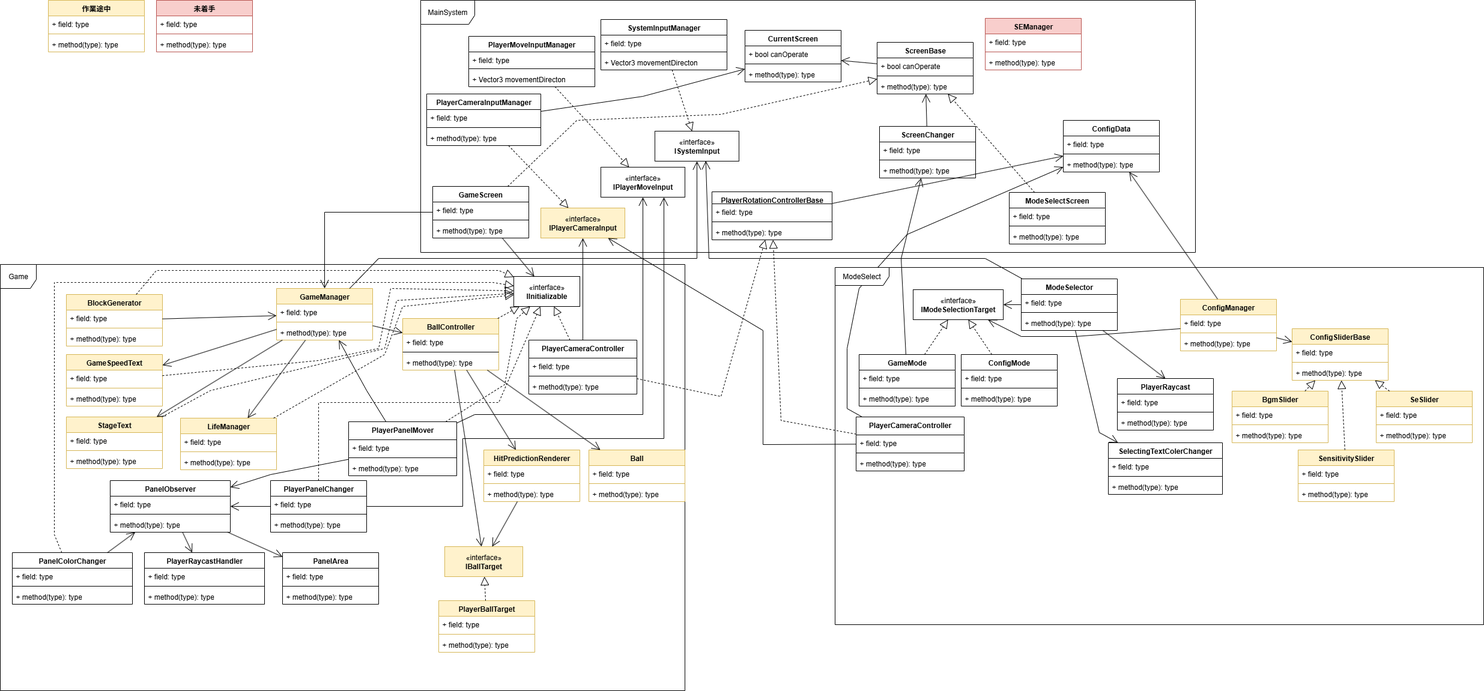
Before: BreakOut.drawio.png, a diagram exported from draw.io (UzukiAlto/3DBreakout). Source tidied: cells renumbered, new cells last; positions are measured from the earlier drawing's top-left corner, leaving out a move shared by most shapes.
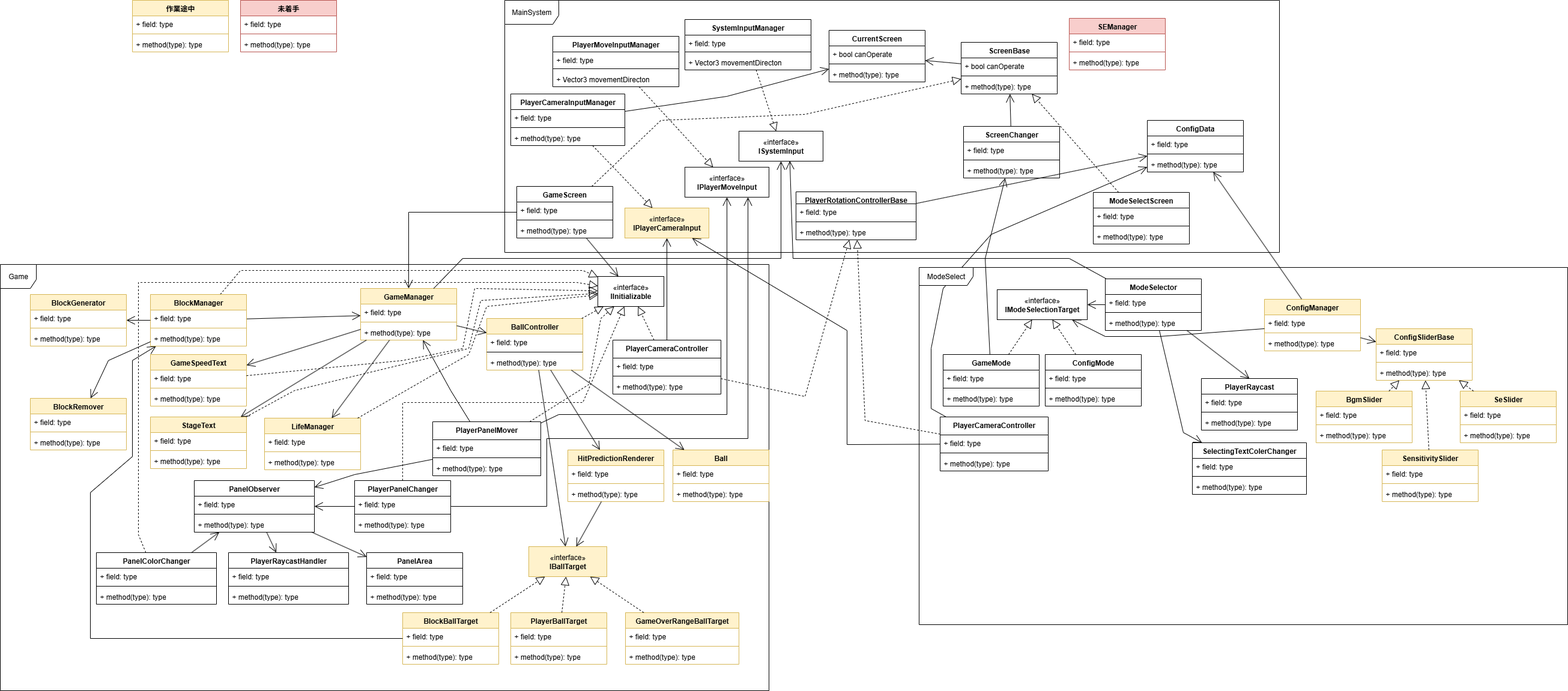
Later version of the same file.

Diff of the diagram source:
```diff
@@ -113,7 +113,7 @@
       </mxGeometry>
     </mxCell>
     <mxCell id="32" value="Game" style="shape=umlFrame;whiteSpace=wrap;html=1;width=60;height=40;" parent="1" vertex="1">
-      <mxGeometry y="440" width="1140" height="710" as="geometry" />
+      <mxGeometry x="-140" y="440" width="1280" height="710" as="geometry" />
     </mxCell>
     <mxCell id="33" value="LifeManager" style="swimlane;fontStyle=1;align=center;verticalAlign=top;horizontal=1;startSize=26;whiteSpace=wrap;html=1;fillColor=#fff2cc;strokeColor=#d6b656;" parent="1" vertex="1">
       <mxGeometry x="300" y="696" width="160" height="86" as="geometry" />
@@ -732,7 +732,7 @@
       </mxGeometry>
     </mxCell>
     <mxCell id="209" value="BlockGenerator" style="swimlane;fontStyle=1;align=center;verticalAlign=top;horizontal=1;startSize=26;whiteSpace=wrap;html=1;fillColor=#fff2cc;strokeColor=#d6b656;" parent="1" vertex="1">
-      <mxGeometry x="110" y="490" width="160" height="86" as="geometry" />
+      <mxGeometry x="-90" y="490" width="160" height="86" as="geometry" />
     </mxCell>
     <mxCell id="210" value="+ field: type" style="text;strokeColor=none;fillColor=none;align=left;verticalAlign=top;spacingLeft=4;spacingRight=4;overflow=hidden;whiteSpace=wrap;html=1;" parent="209" vertex="1">
       <mxGeometry y="26" width="160" height="26" as="geometry" />
@@ -743,7 +743,7 @@
     <mxCell id="212" value="+ method(type): type" style="text;strokeColor=none;fillColor=none;align=left;verticalAlign=top;spacingLeft=4;spacingRight=4;overflow=hidden;whiteSpace=wrap;html=1;" parent="209" vertex="1">
       <mxGeometry y="60" width="160" height="26" as="geometry" />
     </mxCell>
-    <mxCell id="213" style="endArrow=block;dashed=1;endFill=0;endSize=12;html=1;rounded=0;" parent="1" edge="1" source="209" target="65">
+    <mxCell id="213" style="endArrow=block;dashed=1;endFill=0;endSize=12;html=1;rounded=0;" parent="1" edge="1" source="243" target="65">
       <mxGeometry relative="1" as="geometry">
         <Array as="points">
           <mxPoint x="260" y="450" />
@@ -751,11 +751,11 @@
         </Array>
       </mxGeometry>
     </mxCell>
-    <mxCell id="214" style="endArrow=open;endFill=1;endSize=12;html=1;rounded=0;" parent="1" edge="1" source="209" target="55">
+    <mxCell id="214" style="endArrow=open;endFill=1;endSize=12;html=1;rounded=0;" parent="1" edge="1" source="243" target="55">
       <mxGeometry relative="1" as="geometry" />
     </mxCell>
     <mxCell id="215" value="PlayerBallTarget" style="swimlane;fontStyle=1;align=center;verticalAlign=top;horizontal=1;startSize=26;whiteSpace=wrap;html=1;fillColor=#fff2cc;strokeColor=#d6b656;" parent="1" vertex="1">
-      <mxGeometry x="730" y="1000" width="160" height="86" as="geometry" />
+      <mxGeometry x="710" y="1020" width="160" height="86" as="geometry" />
     </mxCell>
     <mxCell id="216" value="+ field: type" style="text;strokeColor=none;fillColor=none;align=left;verticalAlign=top;spacingLeft=4;spacingRight=4;overflow=hidden;whiteSpace=wrap;html=1;" parent="215" vertex="1">
       <mxGeometry y="26" width="160" height="26" as="geometry" />
@@ -793,5 +793,79 @@
     <mxCell id="227" style="endArrow=open;endFill=1;endSize=12;html=1;rounded=0;" parent="1" edge="1" source="50" target="219">
       <mxGeometry relative="1" as="geometry" />
     </mxCell>
+    <mxCell id="228" value="GameOverRangeBallTarget" style="swimlane;fontStyle=1;align=center;verticalAlign=top;horizontal=1;startSize=26;whiteSpace=wrap;html=1;fillColor=#fff2cc;strokeColor=#d6b656;" parent="1" vertex="1">
+      <mxGeometry x="901" y="1020" width="189" height="86" as="geometry" />
+    </mxCell>
+    <mxCell id="229" value="+ field: type" style="text;strokeColor=none;fillColor=none;align=left;verticalAlign=top;spacingLeft=4;spacingRight=4;overflow=hidden;whiteSpace=wrap;html=1;" parent="228" vertex="1">
+      <mxGeometry y="26" width="189" height="26" as="geometry" />
+    </mxCell>
+    <mxCell id="230" style="line;strokeWidth=1;fillColor=none;align=left;verticalAlign=middle;spacingTop=-1;spacingLeft=3;spacingRight=3;labelPosition=right;strokeColor=inherit;" parent="228" vertex="1">
+      <mxGeometry y="52" width="189" height="8" as="geometry" />
+    </mxCell>
+    <mxCell id="231" value="+ method(type): type" style="text;strokeColor=none;fillColor=none;align=left;verticalAlign=top;spacingLeft=4;spacingRight=4;overflow=hidden;whiteSpace=wrap;html=1;" parent="228" vertex="1">
+      <mxGeometry y="60" width="189" height="26" as="geometry" />
+    </mxCell>
+    <mxCell id="232" value="BlockBallTarget" style="swimlane;fontStyle=1;align=center;verticalAlign=top;horizontal=1;startSize=26;whiteSpace=wrap;html=1;fillColor=#fff2cc;strokeColor=#d6b656;" parent="1" vertex="1">
+      <mxGeometry x="530" y="1020" width="160" height="86" as="geometry" />
+    </mxCell>
+    <mxCell id="233" value="+ field: type" style="text;strokeColor=none;fillColor=none;align=left;verticalAlign=top;spacingLeft=4;spacingRight=4;overflow=hidden;whiteSpace=wrap;html=1;" parent="232" vertex="1">
+      <mxGeometry y="26" width="160" height="26" as="geometry" />
+    </mxCell>
+    <mxCell id="234" style="line;strokeWidth=1;fillColor=none;align=left;verticalAlign=middle;spacingTop=-1;spacingLeft=3;spacingRight=3;labelPosition=right;strokeColor=inherit;" parent="232" vertex="1">
+      <mxGeometry y="52" width="160" height="8" as="geometry" />
+    </mxCell>
+    <mxCell id="235" value="+ method(type): type" style="text;strokeColor=none;fillColor=none;align=left;verticalAlign=top;spacingLeft=4;spacingRight=4;overflow=hidden;whiteSpace=wrap;html=1;" parent="232" vertex="1">
+      <mxGeometry y="60" width="160" height="26" as="geometry" />
+    </mxCell>
+    <mxCell id="236" style="endArrow=block;dashed=1;endFill=0;endSize=12;html=1;rounded=0;" parent="1" edge="1" source="232" target="219">
+      <mxGeometry relative="1" as="geometry" />
+    </mxCell>
+    <mxCell id="237" style="endArrow=block;dashed=1;endFill=0;endSize=12;html=1;rounded=0;" parent="1" edge="1" source="228" target="219">
+      <mxGeometry relative="1" as="geometry" />
+    </mxCell>
+    <mxCell id="238" style="endArrow=open;endFill=1;endSize=12;html=1;rounded=0;" parent="1" edge="1" source="232" target="243">
+      <mxGeometry relative="1" as="geometry">
+        <Array as="points">
+          <mxPoint x="10" y="1063" />
+          <mxPoint x="10" y="820" />
+          <mxPoint x="80" y="760" />
+          <mxPoint x="80" y="600" />
+        </Array>
+      </mxGeometry>
+    </mxCell>
+    <mxCell id="239" value="BlockRemover" style="swimlane;fontStyle=1;align=center;verticalAlign=top;horizontal=1;startSize=26;whiteSpace=wrap;html=1;fillColor=#fff2cc;strokeColor=#d6b656;" parent="1" vertex="1">
+      <mxGeometry x="-90" y="663" width="160" height="86" as="geometry" />
+    </mxCell>
+    <mxCell id="240" value="+ field: type" style="text;strokeColor=none;fillColor=none;align=left;verticalAlign=top;spacingLeft=4;spacingRight=4;overflow=hidden;whiteSpace=wrap;html=1;" parent="239" vertex="1">
+      <mxGeometry y="26" width="160" height="26" as="geometry" />
+    </mxCell>
+    <mxCell id="241" style="line;strokeWidth=1;fillColor=none;align=left;verticalAlign=middle;spacingTop=-1;spacingLeft=3;spacingRight=3;labelPosition=right;strokeColor=inherit;" parent="239" vertex="1">
+      <mxGeometry y="52" width="160" height="8" as="geometry" />
+    </mxCell>
+    <mxCell id="242" value="+ method(type): type" style="text;strokeColor=none;fillColor=none;align=left;verticalAlign=top;spacingLeft=4;spacingRight=4;overflow=hidden;whiteSpace=wrap;html=1;" parent="239" vertex="1">
+      <mxGeometry y="60" width="160" height="26" as="geometry" />
+    </mxCell>
+    <mxCell id="243" value="BlockManager" style="swimlane;fontStyle=1;align=center;verticalAlign=top;horizontal=1;startSize=26;whiteSpace=wrap;html=1;fillColor=#fff2cc;strokeColor=#d6b656;" parent="1" vertex="1">
+      <mxGeometry x="110" y="490" width="160" height="86" as="geometry" />
+    </mxCell>
+    <mxCell id="244" value="+ field: type" style="text;strokeColor=none;fillColor=none;align=left;verticalAlign=top;spacingLeft=4;spacingRight=4;overflow=hidden;whiteSpace=wrap;html=1;" parent="243" vertex="1">
+      <mxGeometry y="26" width="160" height="26" as="geometry" />
+    </mxCell>
+    <mxCell id="245" style="line;strokeWidth=1;fillColor=none;align=left;verticalAlign=middle;spacingTop=-1;spacingLeft=3;spacingRight=3;labelPosition=right;strokeColor=inherit;" parent="243" vertex="1">
+      <mxGeometry y="52" width="160" height="8" as="geometry" />
+    </mxCell>
+    <mxCell id="246" value="+ method(type): type" style="text;strokeColor=none;fillColor=none;align=left;verticalAlign=top;spacingLeft=4;spacingRight=4;overflow=hidden;whiteSpace=wrap;html=1;" parent="243" vertex="1">
+      <mxGeometry y="60" width="160" height="26" as="geometry" />
+    </mxCell>
+    <mxCell id="247" style="endArrow=open;endFill=1;endSize=12;html=1;rounded=0;" parent="1" edge="1" source="243" target="209">
+      <mxGeometry relative="1" as="geometry" />
+    </mxCell>
+    <mxCell id="248" style="endArrow=open;endFill=1;endSize=12;html=1;rounded=0;" parent="1" edge="1" source="243" target="239">
+      <mxGeometry relative="1" as="geometry">
+        <Array as="points">
+          <mxPoint x="40" y="600" />
+        </Array>
+      </mxGeometry>
+    </mxCell>
   </root>
 </mxGraphModel>
```
